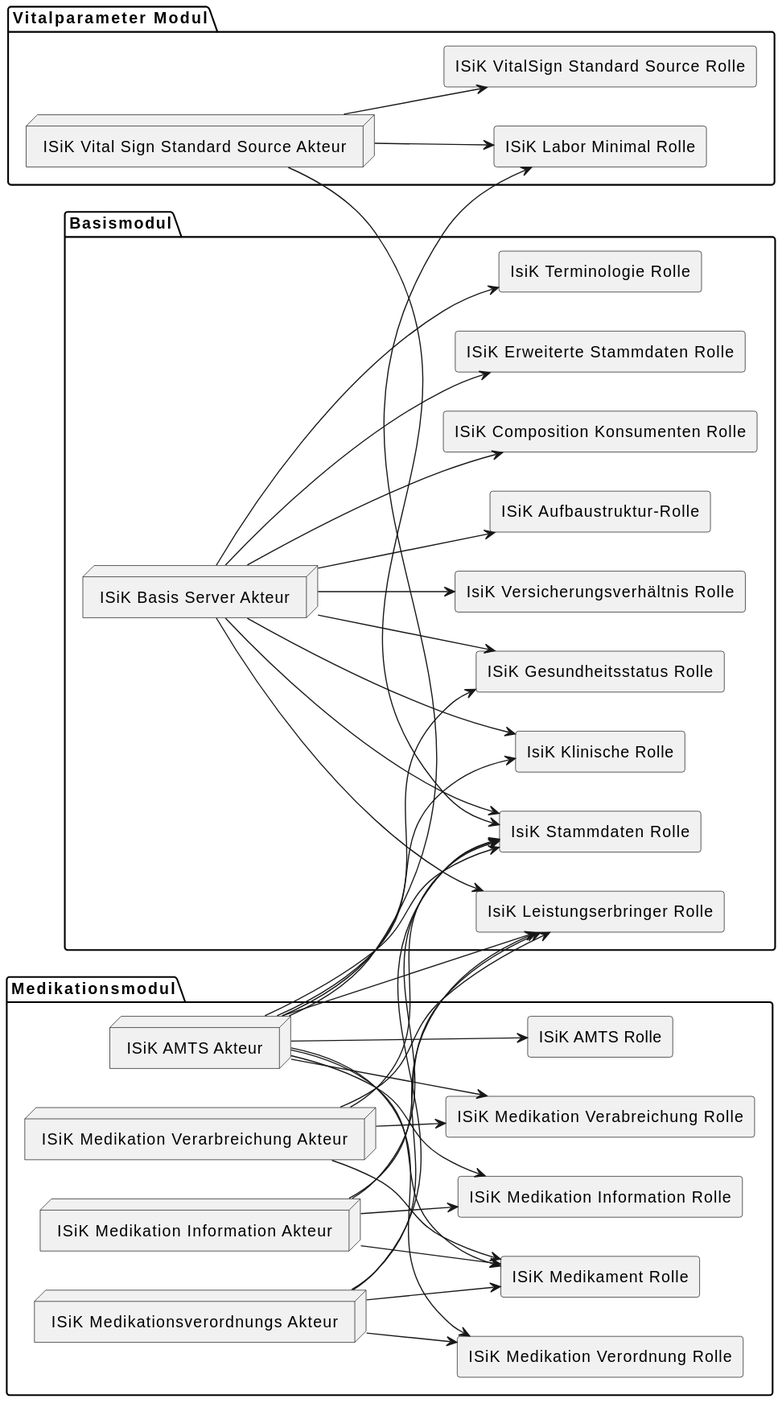
Earlier version of the PlantUML export Material/Basis/images/diagrams/Akteurs_und_Rollenmodell_ISiK.svg (gematik/spec-ISiK-Basismodul).
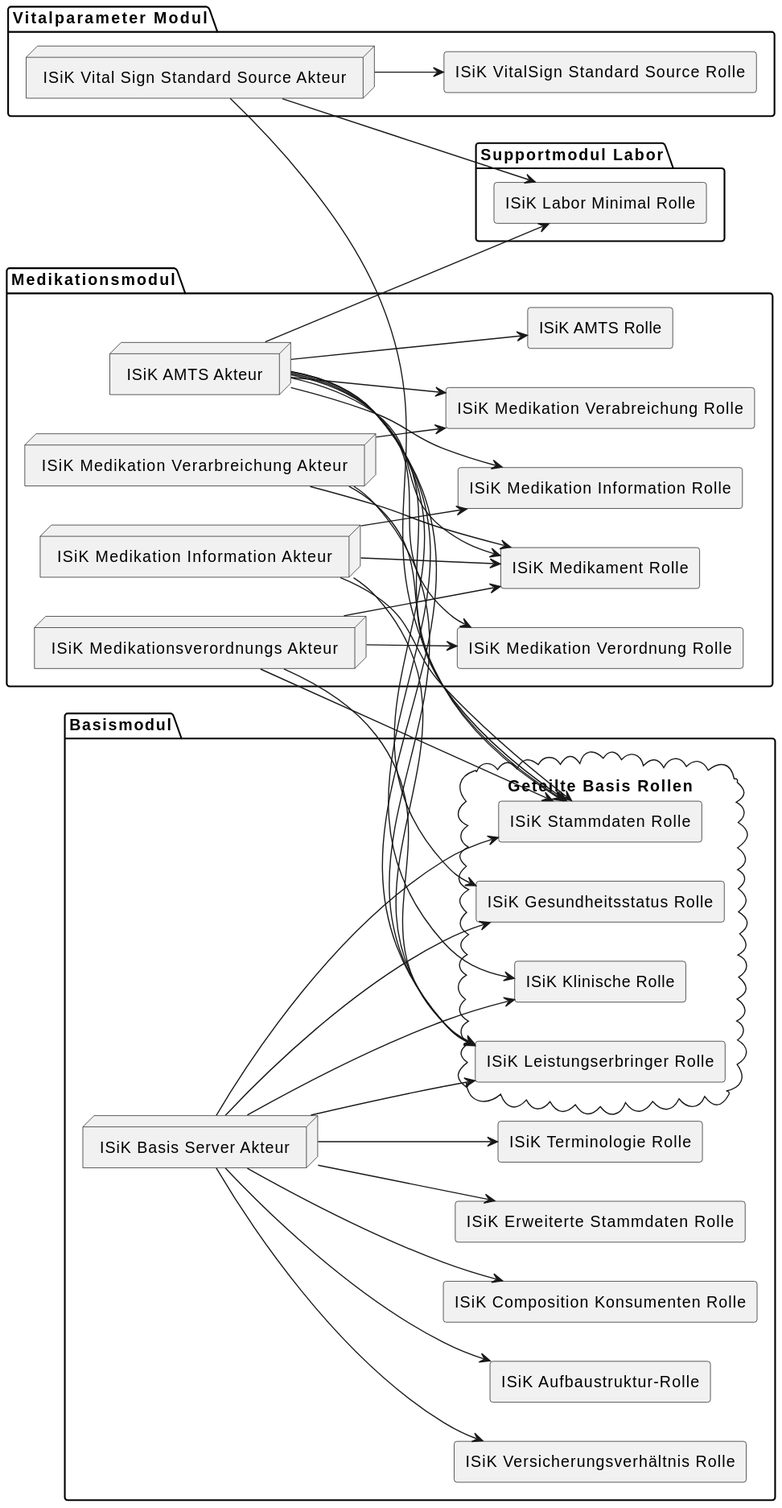
After the commit.

Commit message:
Stufe 5/basis/quickfix/update index file for new page (#702)

* update role and actor diagram and fix typos

* included actor and role page in toc.yaml

Diff of the diagram source:
```diff
@@ -4,20 +4,31 @@
 
 package "Vitalparameter Modul" {
   node "ISiK Vital Sign Standard Source Akteur" as el_1
-  component "ISiK Labor Minimal Rolle" as el_2
+
   component "ISiK VitalSign  Standard Source Rolle" as el_3
 }
+
+package "Supportmodul Labor" {
+  component "ISiK Labor Minimal Rolle" as el_2
+  }
+
 package "Basismodul" {
   node "ISiK Basis Server Akteur" as el_4
   component "ISiK Aufbaustruktur-Rolle" as el_5
   component "ISiK Composition Konsumenten Rolle" as el_6
   component "ISiK Erweiterte Stammdaten Rolle" as el_7
-  component "IsiK Klinische Rolle" as el_8
-  component "ISiK Gesundheitsstatus Rolle" as el_9
-  component "IsiK Leistungserbringer Rolle" as el_10
-  component "IsiK Stammdaten Rolle" as el_11
-  component "IsiK Terminologie Rolle" as el_12
-  component "IsiK Versicherungsverhältnis Rolle" as el_13
+
+
+
+
+  component "ISiK Terminologie Rolle" as el_12
+  component "ISiK Versicherungsverhältnis Rolle" as el_13
+  cloud "Geteilte Basis Rollen" {
+    component "ISiK Klinische Rolle" as el_8
+    component "ISiK Gesundheitsstatus Rolle" as el_9
+    component "ISiK Stammdaten Rolle" as el_11
+    component "ISiK Leistungserbringer Rolle" as el_10
+  }
 }
 package "Medikationsmodul" {
   node "ISiK Medikationsverordnungs Akteur" as el_14
```
